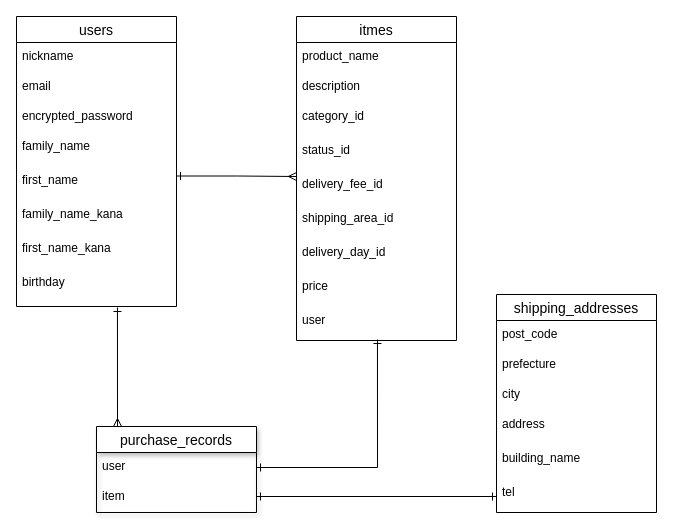
kumosekine/furima-36032 keeps this draw.io diagram as furima.dio. Above is the earlier version. Source tidied: cells renumbered, new cells numbered last; positions are measured from the earlier drawing's top-left corner, leaving out a move shared by most shapes. Both pictures are drawn from the tidied source at 100%, with x=0, y=0 at pixel (16, 16).
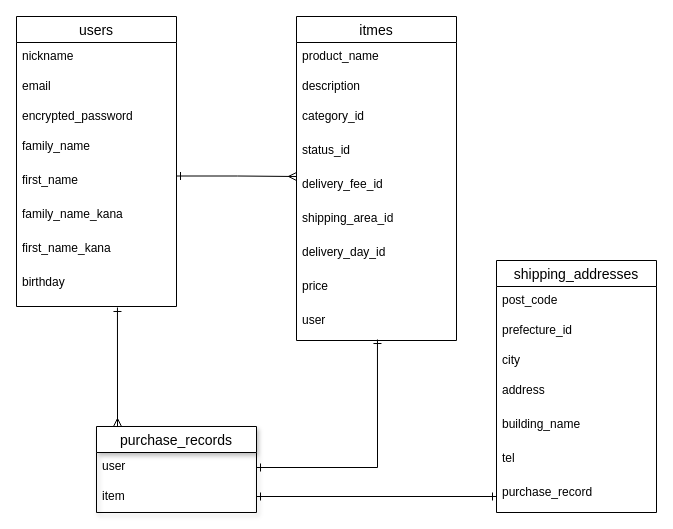
The same page after the edit.

Commit message (it also covers changes not shown here):
ER図、README再修正

Change to the diagram source:
```diff
@@
     <mxCell id="21" value="shipping_addresses" style="swimlane;fontStyle=0;horizontal=1;startSize=26;align=center;fontSize=14;" parent="1" vertex="1">
-      <mxGeometry x="480" y="278" width="160" height="218" as="geometry" />
+      <mxGeometry x="480" y="244" width="160" height="252" as="geometry" />
     </mxCell>
@@
-    <mxCell id="23" value="prefecture" style="text;strokeColor=none;fillColor=none;spacingLeft=4;spacingRight=4;overflow=hidden;fontSize=12;" parent="21" vertex="1">
+    <mxCell id="23" value="prefecture_id" style="text;strokeColor=none;fillColor=none;spacingLeft=4;spacingRight=4;overflow=hidden;fontSize=12;" parent="21" vertex="1">
       <mxGeometry y="56" width="160" height="30" as="geometry" />
     </mxCell>
@@
+    <mxCell id="35" value="purchase_record" style="text;strokeColor=none;fillColor=none;spacingLeft=4;spacingRight=4;overflow=hidden;fontSize=12;shadow=1;" parent="21" vertex="1">
+      <mxGeometry y="218" width="160" height="34" as="geometry" />
+    </mxCell>
```
